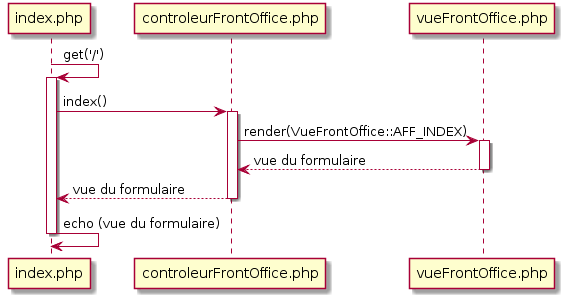
The PlantUML diagram doc/Schémas/Affichage du formulaire - Diagramme de séquene - DBProject.png in ianbialo/DBProject, before a commit.
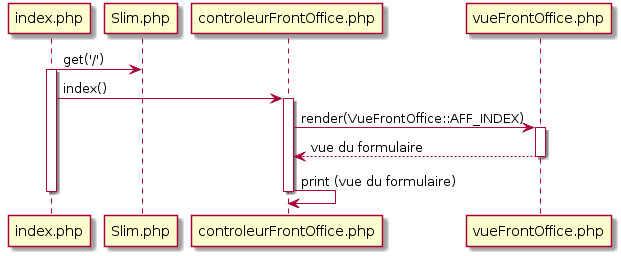
The same diagram one commit later.

Commit message:
Avancement sprint 2, diagrammes de séquences

Diff of the diagram source:
```diff
@@ -1,5 +1,5 @@
 @startuml
-index.php -> index.php : get('/')
+index.php -> Slim.php : get('/')
 activate index.php
 index.php -> controleurFrontOffice.php: index()
 activate controleurFrontOffice.php
@@ -7,8 +7,7 @@
 activate vueFrontOffice.php
 vueFrontOffice.php --> controleurFrontOffice.php : vue du formulaire
 deactivate vueFrontOffice.php
-controleurFrontOffice.php --> index.php : vue du formulaire
+controleurFrontOffice.php -> controleurFrontOffice.php : print (vue du formulaire)
 deactivate controleurFrontOffice.php
-index.php -> index.php : echo (vue du formulaire)
 deactivate index.php
 @enduml
```
